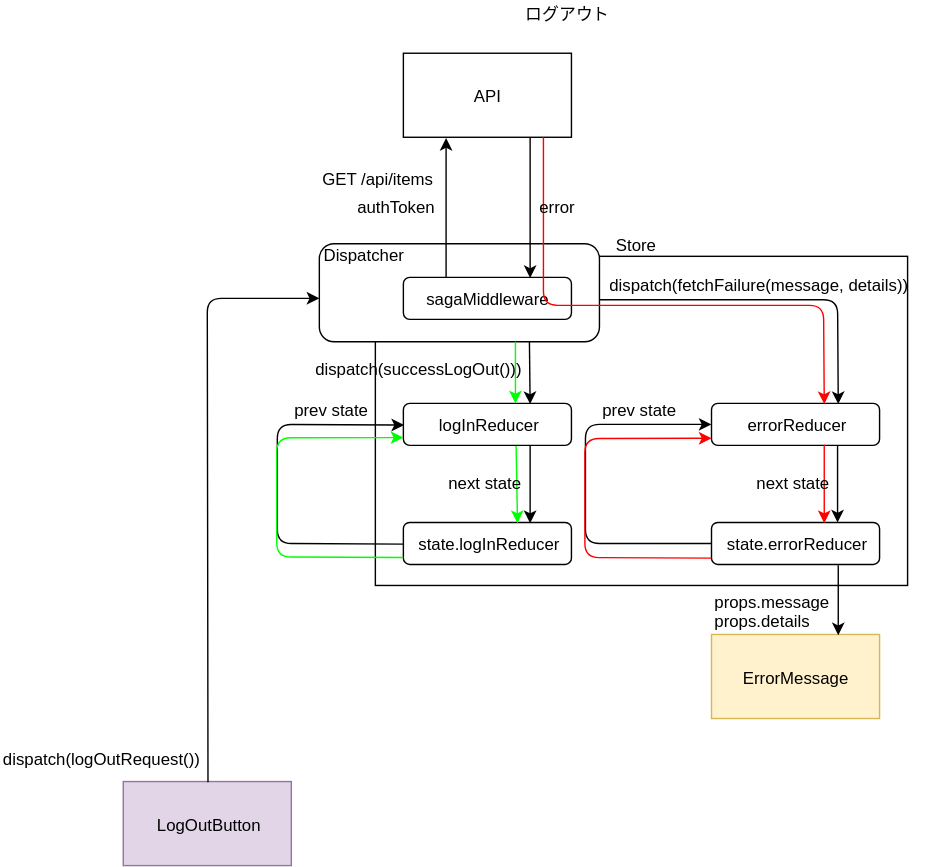
The draw.io diagram diagram/dataFlow/logOut.svg in emgniddikur/react-app, before a commit. Source tidied: cells renumbered, new cells last; positions are measured from the earlier drawing's top-left corner, leaving out a move shared by most shapes. The source it was exported from:
```xml
<mxGraphModel>
  <root>
    <mxCell id="0" />
    <mxCell id="1" parent="0" />
    <mxCell id="2" style="rounded=0;whiteSpace=wrap;html=1;" parent="1" vertex="1">
      <mxGeometry x="267.5" y="182.5" width="380" height="235" as="geometry" />
    </mxCell>
    <mxCell id="3" value="Dispatcher&amp;nbsp; &amp;nbsp; &amp;nbsp; &amp;nbsp; &amp;nbsp; &amp;nbsp; &amp;nbsp; &amp;nbsp; &amp;nbsp; &amp;nbsp; &amp;nbsp; &amp;nbsp; &amp;nbsp; &amp;nbsp; &amp;nbsp; &amp;nbsp; &amp;nbsp; &amp;nbsp; &amp;nbsp; &amp;nbsp; &amp;nbsp; &amp;nbsp; &amp;nbsp; &amp;nbsp;&lt;br&gt;&lt;br&gt;&lt;br&gt;&lt;br&gt;" style="rounded=1;whiteSpace=wrap;html=1;" parent="1" vertex="1">
      <mxGeometry x="227.5" y="173.5" width="200" height="70" as="geometry" />
    </mxCell>
    <mxCell id="4" value="API&lt;br&gt;" style="rounded=0;whiteSpace=wrap;html=1;" parent="1" vertex="1">
      <mxGeometry x="287.5" y="37.5" width="120" height="60" as="geometry" />
    </mxCell>
    <mxCell id="5" value="sagaMiddleware" style="rounded=1;whiteSpace=wrap;html=1;" parent="1" vertex="1">
      <mxGeometry x="287.5" y="197.5" width="120" height="30" as="geometry" />
    </mxCell>
    <mxCell id="6" style="endArrow=classic;html=1;entryX=0.25;entryY=1;entryDx=0;entryDy=0;exitX=0.25;exitY=0;exitDx=0;exitDy=0;" parent="1" edge="1" source="5" target="4">
      <mxGeometry relative="1" as="geometry" />
    </mxCell>
    <mxCell id="7" style="endArrow=classic;html=1;entryX=0.75;entryY=0;entryDx=0;entryDy=0;exitX=0.75;exitY=1;exitDx=0;exitDy=0;" parent="1" edge="1" source="4" target="5">
      <mxGeometry relative="1" as="geometry" />
    </mxCell>
    <mxCell id="8" value="loginReducer" style="rounded=1;whiteSpace=wrap;html=1;" parent="1" vertex="1">
      <mxGeometry x="287.5" y="287.5" width="120" height="30" as="geometry" />
    </mxCell>
    <mxCell id="9" style="endArrow=classic;html=1;entryX=0.75;entryY=0;entryDx=0;entryDy=0;" parent="1" edge="1" target="8">
      <mxGeometry relative="1" as="geometry">
        <mxPoint x="377.5" y="243.5" as="sourcePoint" />
      </mxGeometry>
    </mxCell>
    <mxCell id="10" value="authToken" style="text;html=1;align=left;verticalAlign=top;spacingTop=-4;" parent="1" vertex="1">
      <mxGeometry x="252.5" y="137.5" width="70" height="20" as="geometry" />
    </mxCell>
    <mxCell id="11" value="GET /api/items" style="text;html=1;align=left;verticalAlign=top;spacingTop=-4;" parent="1" vertex="1">
      <mxGeometry x="227.5" y="117.5" width="90" height="20" as="geometry" />
    </mxCell>
    <mxCell id="12" value="errorReducer&lt;br&gt;" style="rounded=1;whiteSpace=wrap;html=1;" parent="1" vertex="1">
      <mxGeometry x="507.5" y="287.5" width="120" height="30" as="geometry" />
    </mxCell>
    <mxCell id="13" style="endArrow=classic;html=1;entryX=0.75;entryY=0;entryDx=0;entryDy=0;" parent="1" edge="1" target="12">
      <mxGeometry relative="1" as="geometry">
        <mxPoint x="427.5" y="213.5" as="sourcePoint" />
        <Array as="points">
          <mxPoint x="597.5" y="213.5" />
        </Array>
      </mxGeometry>
    </mxCell>
    <mxCell id="14" value="state.loginReducer" style="rounded=1;whiteSpace=wrap;html=1;" parent="1" vertex="1">
      <mxGeometry x="287.5" y="372.5" width="120" height="30" as="geometry" />
    </mxCell>
    <mxCell id="15" style="endArrow=classic;html=1;entryX=0.75;entryY=0;entryDx=0;entryDy=0;exitX=0.75;exitY=1;exitDx=0;exitDy=0;" parent="1" edge="1" source="8" target="14">
      <mxGeometry relative="1" as="geometry" />
    </mxCell>
    <mxCell id="16" style="endArrow=classic;html=1;entryX=0;entryY=0.5;entryDx=0;entryDy=0;exitX=0;exitY=0.5;exitDx=0;exitDy=0;" parent="1" edge="1" source="14" target="8">
      <mxGeometry relative="1" as="geometry">
        <Array as="points">
          <mxPoint x="197.5" y="387.5" />
          <mxPoint x="197.5" y="347.5" />
          <mxPoint x="197.5" y="302.5" />
        </Array>
      </mxGeometry>
    </mxCell>
    <mxCell id="17" value="state.errorReducer" style="rounded=1;whiteSpace=wrap;html=1;" parent="1" vertex="1">
      <mxGeometry x="507.5" y="372.5" width="120" height="30" as="geometry" />
    </mxCell>
    <mxCell id="18" style="endArrow=classic;html=1;entryX=0.75;entryY=0;entryDx=0;entryDy=0;" parent="1" edge="1">
      <mxGeometry relative="1" as="geometry">
        <mxPoint x="597.5" y="317.5" as="sourcePoint" />
        <mxPoint x="597.5" y="372.5" as="targetPoint" />
      </mxGeometry>
    </mxCell>
    <mxCell id="19" value="prev state" style="text;html=1;align=left;verticalAlign=top;spacingTop=-4;" parent="1" vertex="1">
      <mxGeometry x="207.5" y="282.5" width="70" height="20" as="geometry" />
    </mxCell>
    <mxCell id="20" style="endArrow=classic;html=1;entryX=0;entryY=0.5;entryDx=0;entryDy=0;exitX=0;exitY=0.5;exitDx=0;exitDy=0;" parent="1" edge="1">
      <mxGeometry relative="1" as="geometry">
        <mxPoint x="507.5" y="387.5" as="sourcePoint" />
        <mxPoint x="507.5" y="302.5" as="targetPoint" />
        <Array as="points">
          <mxPoint x="417.5" y="387.5" />
          <mxPoint x="417.5" y="347.5" />
          <mxPoint x="417.5" y="302.5" />
        </Array>
      </mxGeometry>
    </mxCell>
    <mxCell id="21" value="prev state" style="text;html=1;align=left;verticalAlign=top;spacingTop=-4;" parent="1" vertex="1">
      <mxGeometry x="427.5" y="282.5" width="70" height="20" as="geometry" />
    </mxCell>
    <mxCell id="22" value="dispatch(fetchFailure(message, details))" style="text;html=1;align=left;verticalAlign=top;spacingTop=-4;" parent="1" vertex="1">
      <mxGeometry x="432.5" y="193.5" width="230" height="20" as="geometry" />
    </mxCell>
    <mxCell id="23" value="LogOutButton" style="rounded=0;whiteSpace=wrap;html=1;fillColor=#e1d5e7;strokeColor=#9673a6;" parent="1" vertex="1">
      <mxGeometry x="87.5" y="557.5" width="120" height="60" as="geometry" />
    </mxCell>
    <mxCell id="24" value="ErrorMessage" style="rounded=0;whiteSpace=wrap;html=1;fillColor=#fff2cc;strokeColor=#d6b656;" parent="1" vertex="1">
      <mxGeometry x="507.5" y="452.5" width="120" height="60" as="geometry" />
    </mxCell>
    <mxCell id="25" style="endArrow=classic;html=1;entryX=0.75;entryY=0;entryDx=0;entryDy=0;exitX=0.75;exitY=1;exitDx=0;exitDy=0;" parent="1" edge="1" source="17" target="24">
      <mxGeometry relative="1" as="geometry" />
    </mxCell>
    <mxCell id="26" value="props.message&lt;br&gt;props.details&lt;br&gt;" style="text;html=1;align=left;verticalAlign=top;spacingTop=-4;" parent="1" vertex="1">
      <mxGeometry x="507.5" y="420" width="100" height="30" as="geometry" />
    </mxCell>
    <mxCell id="27" style="endArrow=classic;html=1;exitX=0.5;exitY=0;exitDx=0;exitDy=0;" parent="1" edge="1" source="23">
      <mxGeometry relative="1" as="geometry">
        <mxPoint x="227.5" y="212.5" as="targetPoint" />
        <Array as="points">
          <mxPoint x="147.5" y="212.5" />
        </Array>
      </mxGeometry>
    </mxCell>
    <mxCell id="28" value="dispatch(logOutRequest())" style="text;html=1;align=left;verticalAlign=top;spacingTop=-4;" parent="1" vertex="1">
      <mxGeometry y="531.5" width="160" height="20" as="geometry" />
    </mxCell>
    <mxCell id="29" style="endArrow=classic;html=1;strokeColor=#FF0000;entryX=0.667;entryY=0.013;entryDx=0;entryDy=0;entryPerimeter=0;" parent="1" edge="1" target="12">
      <mxGeometry relative="1" as="geometry">
        <mxPoint x="387.5" y="97.5" as="sourcePoint" />
        <Array as="points">
          <mxPoint x="387.5" y="217.5" />
          <mxPoint x="587.5" y="217.5" />
        </Array>
      </mxGeometry>
    </mxCell>
    <mxCell id="30" style="endArrow=classic;html=1;strokeColor=#FF0000;exitX=0.671;exitY=0.983;exitDx=0;exitDy=0;exitPerimeter=0;entryX=0.671;entryY=0;entryDx=0;entryDy=0;entryPerimeter=0;" parent="1" edge="1" source="12" target="17">
      <mxGeometry relative="1" as="geometry" />
    </mxCell>
    <mxCell id="31" style="endArrow=classic;html=1;strokeColor=#00FF00;" parent="1" edge="1">
      <mxGeometry relative="1" as="geometry">
        <mxPoint x="367.5" y="243.5" as="sourcePoint" />
        <mxPoint x="367.5" y="287.5" as="targetPoint" />
      </mxGeometry>
    </mxCell>
    <mxCell id="32" style="endArrow=classic;html=1;strokeColor=#00FF00;entryX=0.675;entryY=0;entryDx=0;entryDy=0;entryPerimeter=0;exitX=0.671;exitY=1;exitDx=0;exitDy=0;exitPerimeter=0;" parent="1" edge="1" source="8" target="14">
      <mxGeometry relative="1" as="geometry" />
    </mxCell>
    <mxCell id="33" style="endArrow=classic;html=1;entryX=0;entryY=0.5;entryDx=0;entryDy=0;exitX=0;exitY=0.5;exitDx=0;exitDy=0;strokeColor=#00FF00;" parent="1" edge="1">
      <mxGeometry relative="1" as="geometry">
        <mxPoint x="287.5" y="397.5" as="sourcePoint" />
        <mxPoint x="287.5" y="311.9" as="targetPoint" />
        <Array as="points">
          <mxPoint x="197.1" y="397.1" />
          <mxPoint x="197.1" y="357.1" />
          <mxPoint x="197.1" y="312.1" />
        </Array>
      </mxGeometry>
    </mxCell>
    <mxCell id="34" value="error" style="text;html=1;align=left;verticalAlign=top;spacingTop=-4;" parent="1" vertex="1">
      <mxGeometry x="382.5" y="137.5" width="40" height="20" as="geometry" />
    </mxCell>
    <mxCell id="35" value="dispatch(successLogOut()))" style="text;html=1;align=left;verticalAlign=top;spacingTop=-4;" parent="1" vertex="1">
      <mxGeometry x="222.5" y="253.5" width="160" height="20" as="geometry" />
    </mxCell>
    <mxCell id="36" value="next state" style="text;html=1;align=left;verticalAlign=top;spacingTop=-4;" parent="1" vertex="1">
      <mxGeometry x="537.5" y="335" width="70" height="20" as="geometry" />
    </mxCell>
    <mxCell id="37" value="next state" style="text;html=1;align=left;verticalAlign=top;spacingTop=-4;" parent="1" vertex="1">
      <mxGeometry x="317.5" y="335" width="70" height="20" as="geometry" />
    </mxCell>
    <mxCell id="38" style="endArrow=classic;html=1;entryX=0;entryY=0.5;entryDx=0;entryDy=0;exitX=0;exitY=0.5;exitDx=0;exitDy=0;fillColor=#a20025;strokeColor=#FF0000;" parent="1" edge="1">
      <mxGeometry relative="1" as="geometry">
        <mxPoint x="507.5" y="398" as="sourcePoint" />
        <mxPoint x="507.5" y="312.4" as="targetPoint" />
        <Array as="points">
          <mxPoint x="417.1" y="397.6" />
          <mxPoint x="417.1" y="357.6" />
          <mxPoint x="417.1" y="312.6" />
        </Array>
      </mxGeometry>
    </mxCell>
    <mxCell id="39" value="ログアウト&lt;br&gt;" style="text;html=1;align=left;verticalAlign=top;spacingTop=-4;" parent="1" vertex="1">
      <mxGeometry x="372.5" width="80" height="20" as="geometry" />
    </mxCell>
    <mxCell id="40" value="Store" style="text;html=1;strokeColor=none;fillColor=none;align=center;verticalAlign=middle;whiteSpace=wrap;rounded=0;" parent="1" vertex="1">
      <mxGeometry x="432.5" y="163.5" width="40" height="20" as="geometry" />
    </mxCell>
  </root>
</mxGraphModel>
```
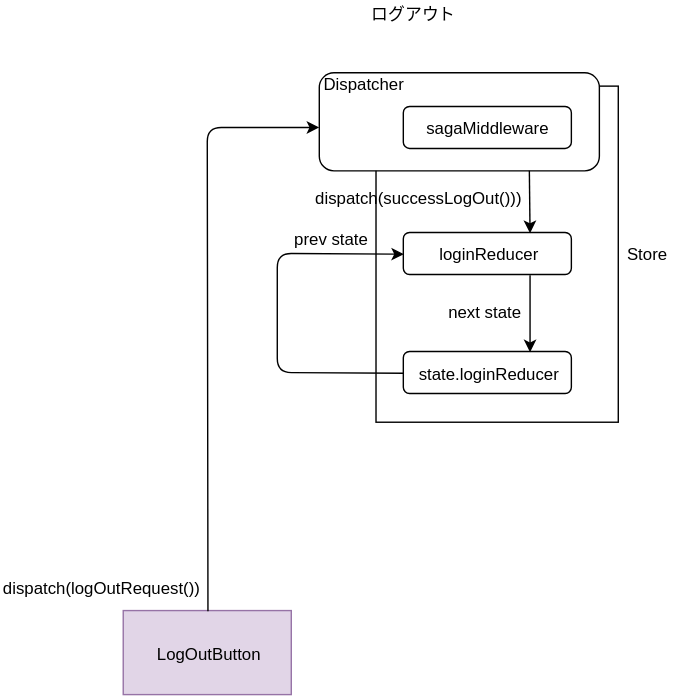
Above is the later version.

Diff of the diagram source:
```diff
@@ -3,23 +3,14 @@
     <mxCell id="0" />
     <mxCell id="1" parent="0" />
     <mxCell id="2" style="rounded=0;whiteSpace=wrap;html=1;" parent="1" vertex="1">
-      <mxGeometry x="267.5" y="182.5" width="380" height="235" as="geometry" />
+      <mxGeometry x="268" y="183" width="173" height="240" as="geometry" />
     </mxCell>
     <mxCell id="3" value="Dispatcher&amp;nbsp; &amp;nbsp; &amp;nbsp; &amp;nbsp; &amp;nbsp; &amp;nbsp; &amp;nbsp; &amp;nbsp; &amp;nbsp; &amp;nbsp; &amp;nbsp; &amp;nbsp; &amp;nbsp; &amp;nbsp; &amp;nbsp; &amp;nbsp; &amp;nbsp; &amp;nbsp; &amp;nbsp; &amp;nbsp; &amp;nbsp; &amp;nbsp; &amp;nbsp; &amp;nbsp;&lt;br&gt;&lt;br&gt;&lt;br&gt;&lt;br&gt;" style="rounded=1;whiteSpace=wrap;html=1;" parent="1" vertex="1">
       <mxGeometry x="227.5" y="173.5" width="200" height="70" as="geometry" />
     </mxCell>
-    <mxCell id="4" value="API&lt;br&gt;" style="rounded=0;whiteSpace=wrap;html=1;" parent="1" vertex="1">
-      <mxGeometry x="287.5" y="37.5" width="120" height="60" as="geometry" />
-    </mxCell>
     <mxCell id="5" value="sagaMiddleware" style="rounded=1;whiteSpace=wrap;html=1;" parent="1" vertex="1">
       <mxGeometry x="287.5" y="197.5" width="120" height="30" as="geometry" />
     </mxCell>
-    <mxCell id="6" style="endArrow=classic;html=1;entryX=0.25;entryY=1;entryDx=0;entryDy=0;exitX=0.25;exitY=0;exitDx=0;exitDy=0;" parent="1" edge="1" source="5" target="4">
-      <mxGeometry relative="1" as="geometry" />
-    </mxCell>
-    <mxCell id="7" style="endArrow=classic;html=1;entryX=0.75;entryY=0;entryDx=0;entryDy=0;exitX=0.75;exitY=1;exitDx=0;exitDy=0;" parent="1" edge="1" source="4" target="5">
-      <mxGeometry relative="1" as="geometry" />
-    </mxCell>
     <mxCell id="8" value="loginReducer" style="rounded=1;whiteSpace=wrap;html=1;" parent="1" vertex="1">
       <mxGeometry x="287.5" y="287.5" width="120" height="30" as="geometry" />
     </mxCell>
@@ -28,23 +19,6 @@
         <mxPoint x="377.5" y="243.5" as="sourcePoint" />
       </mxGeometry>
     </mxCell>
-    <mxCell id="10" value="authToken" style="text;html=1;align=left;verticalAlign=top;spacingTop=-4;" parent="1" vertex="1">
-      <mxGeometry x="252.5" y="137.5" width="70" height="20" as="geometry" />
-    </mxCell>
-    <mxCell id="11" value="GET /api/items" style="text;html=1;align=left;verticalAlign=top;spacingTop=-4;" parent="1" vertex="1">
-      <mxGeometry x="227.5" y="117.5" width="90" height="20" as="geometry" />
-    </mxCell>
-    <mxCell id="12" value="errorReducer&lt;br&gt;" style="rounded=1;whiteSpace=wrap;html=1;" parent="1" vertex="1">
-      <mxGeometry x="507.5" y="287.5" width="120" height="30" as="geometry" />
-    </mxCell>
-    <mxCell id="13" style="endArrow=classic;html=1;entryX=0.75;entryY=0;entryDx=0;entryDy=0;" parent="1" edge="1" target="12">
-      <mxGeometry relative="1" as="geometry">
-        <mxPoint x="427.5" y="213.5" as="sourcePoint" />
-        <Array as="points">
-          <mxPoint x="597.5" y="213.5" />
-        </Array>
-      </mxGeometry>
-    </mxCell>
     <mxCell id="14" value="state.loginReducer" style="rounded=1;whiteSpace=wrap;html=1;" parent="1" vertex="1">
       <mxGeometry x="287.5" y="372.5" width="120" height="30" as="geometry" />
     </mxCell>
@@ -60,47 +34,12 @@
         </Array>
       </mxGeometry>
     </mxCell>
-    <mxCell id="17" value="state.errorReducer" style="rounded=1;whiteSpace=wrap;html=1;" parent="1" vertex="1">
-      <mxGeometry x="507.5" y="372.5" width="120" height="30" as="geometry" />
-    </mxCell>
-    <mxCell id="18" style="endArrow=classic;html=1;entryX=0.75;entryY=0;entryDx=0;entryDy=0;" parent="1" edge="1">
-      <mxGeometry relative="1" as="geometry">
-        <mxPoint x="597.5" y="317.5" as="sourcePoint" />
-        <mxPoint x="597.5" y="372.5" as="targetPoint" />
-      </mxGeometry>
-    </mxCell>
     <mxCell id="19" value="prev state" style="text;html=1;align=left;verticalAlign=top;spacingTop=-4;" parent="1" vertex="1">
       <mxGeometry x="207.5" y="282.5" width="70" height="20" as="geometry" />
     </mxCell>
-    <mxCell id="20" style="endArrow=classic;html=1;entryX=0;entryY=0.5;entryDx=0;entryDy=0;exitX=0;exitY=0.5;exitDx=0;exitDy=0;" parent="1" edge="1">
-      <mxGeometry relative="1" as="geometry">
-        <mxPoint x="507.5" y="387.5" as="sourcePoint" />
-        <mxPoint x="507.5" y="302.5" as="targetPoint" />
-        <Array as="points">
-          <mxPoint x="417.5" y="387.5" />
-          <mxPoint x="417.5" y="347.5" />
-          <mxPoint x="417.5" y="302.5" />
-        </Array>
-      </mxGeometry>
-    </mxCell>
-    <mxCell id="21" value="prev state" style="text;html=1;align=left;verticalAlign=top;spacingTop=-4;" parent="1" vertex="1">
-      <mxGeometry x="427.5" y="282.5" width="70" height="20" as="geometry" />
-    </mxCell>
-    <mxCell id="22" value="dispatch(fetchFailure(message, details))" style="text;html=1;align=left;verticalAlign=top;spacingTop=-4;" parent="1" vertex="1">
-      <mxGeometry x="432.5" y="193.5" width="230" height="20" as="geometry" />
-    </mxCell>
     <mxCell id="23" value="LogOutButton" style="rounded=0;whiteSpace=wrap;html=1;fillColor=#e1d5e7;strokeColor=#9673a6;" parent="1" vertex="1">
       <mxGeometry x="87.5" y="557.5" width="120" height="60" as="geometry" />
     </mxCell>
-    <mxCell id="24" value="ErrorMessage" style="rounded=0;whiteSpace=wrap;html=1;fillColor=#fff2cc;strokeColor=#d6b656;" parent="1" vertex="1">
-      <mxGeometry x="507.5" y="452.5" width="120" height="60" as="geometry" />
-    </mxCell>
-    <mxCell id="25" style="endArrow=classic;html=1;entryX=0.75;entryY=0;entryDx=0;entryDy=0;exitX=0.75;exitY=1;exitDx=0;exitDy=0;" parent="1" edge="1" source="17" target="24">
-      <mxGeometry relative="1" as="geometry" />
-    </mxCell>
-    <mxCell id="26" value="props.message&lt;br&gt;props.details&lt;br&gt;" style="text;html=1;align=left;verticalAlign=top;spacingTop=-4;" parent="1" vertex="1">
-      <mxGeometry x="507.5" y="420" width="100" height="30" as="geometry" />
-    </mxCell>
     <mxCell id="27" style="endArrow=classic;html=1;exitX=0.5;exitY=0;exitDx=0;exitDy=0;" parent="1" edge="1" source="23">
       <mxGeometry relative="1" as="geometry">
         <mxPoint x="227.5" y="212.5" as="targetPoint" />
@@ -112,66 +51,17 @@
     <mxCell id="28" value="dispatch(logOutRequest())" style="text;html=1;align=left;verticalAlign=top;spacingTop=-4;" parent="1" vertex="1">
       <mxGeometry y="531.5" width="160" height="20" as="geometry" />
     </mxCell>
-    <mxCell id="29" style="endArrow=classic;html=1;strokeColor=#FF0000;entryX=0.667;entryY=0.013;entryDx=0;entryDy=0;entryPerimeter=0;" parent="1" edge="1" target="12">
-      <mxGeometry relative="1" as="geometry">
-        <mxPoint x="387.5" y="97.5" as="sourcePoint" />
-        <Array as="points">
-          <mxPoint x="387.5" y="217.5" />
-          <mxPoint x="587.5" y="217.5" />
-        </Array>
-      </mxGeometry>
-    </mxCell>
-    <mxCell id="30" style="endArrow=classic;html=1;strokeColor=#FF0000;exitX=0.671;exitY=0.983;exitDx=0;exitDy=0;exitPerimeter=0;entryX=0.671;entryY=0;entryDx=0;entryDy=0;entryPerimeter=0;" parent="1" edge="1" source="12" target="17">
-      <mxGeometry relative="1" as="geometry" />
-    </mxCell>
-    <mxCell id="31" style="endArrow=classic;html=1;strokeColor=#00FF00;" parent="1" edge="1">
-      <mxGeometry relative="1" as="geometry">
-        <mxPoint x="367.5" y="243.5" as="sourcePoint" />
-        <mxPoint x="367.5" y="287.5" as="targetPoint" />
-      </mxGeometry>
-    </mxCell>
-    <mxCell id="32" style="endArrow=classic;html=1;strokeColor=#00FF00;entryX=0.675;entryY=0;entryDx=0;entryDy=0;entryPerimeter=0;exitX=0.671;exitY=1;exitDx=0;exitDy=0;exitPerimeter=0;" parent="1" edge="1" source="8" target="14">
-      <mxGeometry relative="1" as="geometry" />
-    </mxCell>
-    <mxCell id="33" style="endArrow=classic;html=1;entryX=0;entryY=0.5;entryDx=0;entryDy=0;exitX=0;exitY=0.5;exitDx=0;exitDy=0;strokeColor=#00FF00;" parent="1" edge="1">
-      <mxGeometry relative="1" as="geometry">
-        <mxPoint x="287.5" y="397.5" as="sourcePoint" />
-        <mxPoint x="287.5" y="311.9" as="targetPoint" />
-        <Array as="points">
-          <mxPoint x="197.1" y="397.1" />
-          <mxPoint x="197.1" y="357.1" />
-          <mxPoint x="197.1" y="312.1" />
-        </Array>
-      </mxGeometry>
-    </mxCell>
-    <mxCell id="34" value="error" style="text;html=1;align=left;verticalAlign=top;spacingTop=-4;" parent="1" vertex="1">
-      <mxGeometry x="382.5" y="137.5" width="40" height="20" as="geometry" />
-    </mxCell>
     <mxCell id="35" value="dispatch(successLogOut()))" style="text;html=1;align=left;verticalAlign=top;spacingTop=-4;" parent="1" vertex="1">
       <mxGeometry x="222.5" y="253.5" width="160" height="20" as="geometry" />
     </mxCell>
-    <mxCell id="36" value="next state" style="text;html=1;align=left;verticalAlign=top;spacingTop=-4;" parent="1" vertex="1">
-      <mxGeometry x="537.5" y="335" width="70" height="20" as="geometry" />
-    </mxCell>
     <mxCell id="37" value="next state" style="text;html=1;align=left;verticalAlign=top;spacingTop=-4;" parent="1" vertex="1">
       <mxGeometry x="317.5" y="335" width="70" height="20" as="geometry" />
     </mxCell>
-    <mxCell id="38" style="endArrow=classic;html=1;entryX=0;entryY=0.5;entryDx=0;entryDy=0;exitX=0;exitY=0.5;exitDx=0;exitDy=0;fillColor=#a20025;strokeColor=#FF0000;" parent="1" edge="1">
-      <mxGeometry relative="1" as="geometry">
-        <mxPoint x="507.5" y="398" as="sourcePoint" />
-        <mxPoint x="507.5" y="312.4" as="targetPoint" />
-        <Array as="points">
-          <mxPoint x="417.1" y="397.6" />
-          <mxPoint x="417.1" y="357.6" />
-          <mxPoint x="417.1" y="312.6" />
-        </Array>
-      </mxGeometry>
-    </mxCell>
     <mxCell id="39" value="ログアウト&lt;br&gt;" style="text;html=1;align=left;verticalAlign=top;spacingTop=-4;" parent="1" vertex="1">
-      <mxGeometry x="372.5" width="80" height="20" as="geometry" />
+      <mxGeometry x="262.5" y="122" width="80" height="20" as="geometry" />
     </mxCell>
     <mxCell id="40" value="Store" style="text;html=1;strokeColor=none;fillColor=none;align=center;verticalAlign=middle;whiteSpace=wrap;rounded=0;" parent="1" vertex="1">
-      <mxGeometry x="432.5" y="163.5" width="40" height="20" as="geometry" />
+      <mxGeometry x="441" y="293" width="40" height="20" as="geometry" />
     </mxCell>
   </root>
 </mxGraphModel>
```
